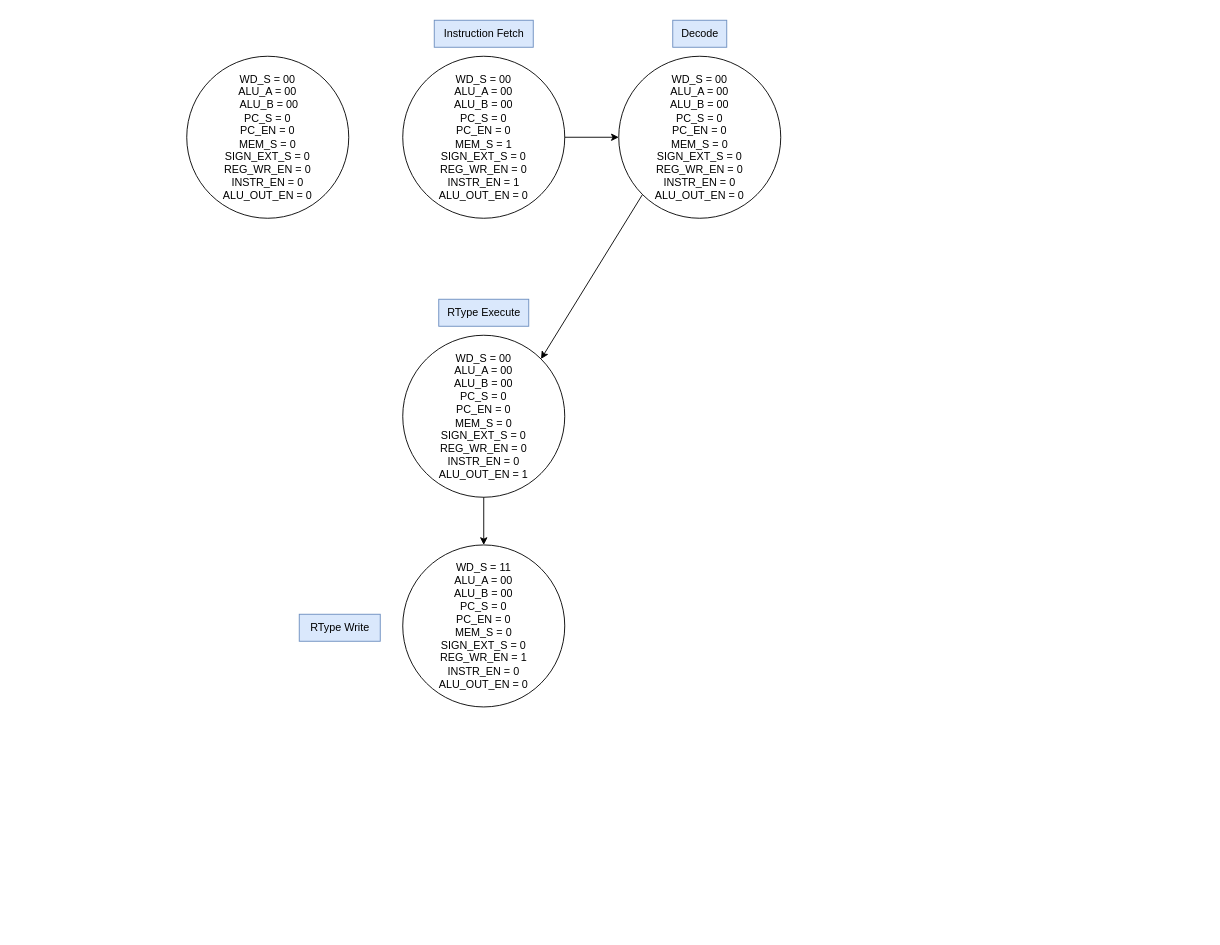
Above: FSM.drawio in JaredMiller9922/3710-Group-Project (draw.io), before the change. Source tidied: cells renumbered, new cells numbered last; positions are measured from the earlier drawing's top-left corner, leaving out a move shared by most shapes. Both pictures are drawn from the tidied source at 90%, with x=0, y=0 at pixel (186, 20).
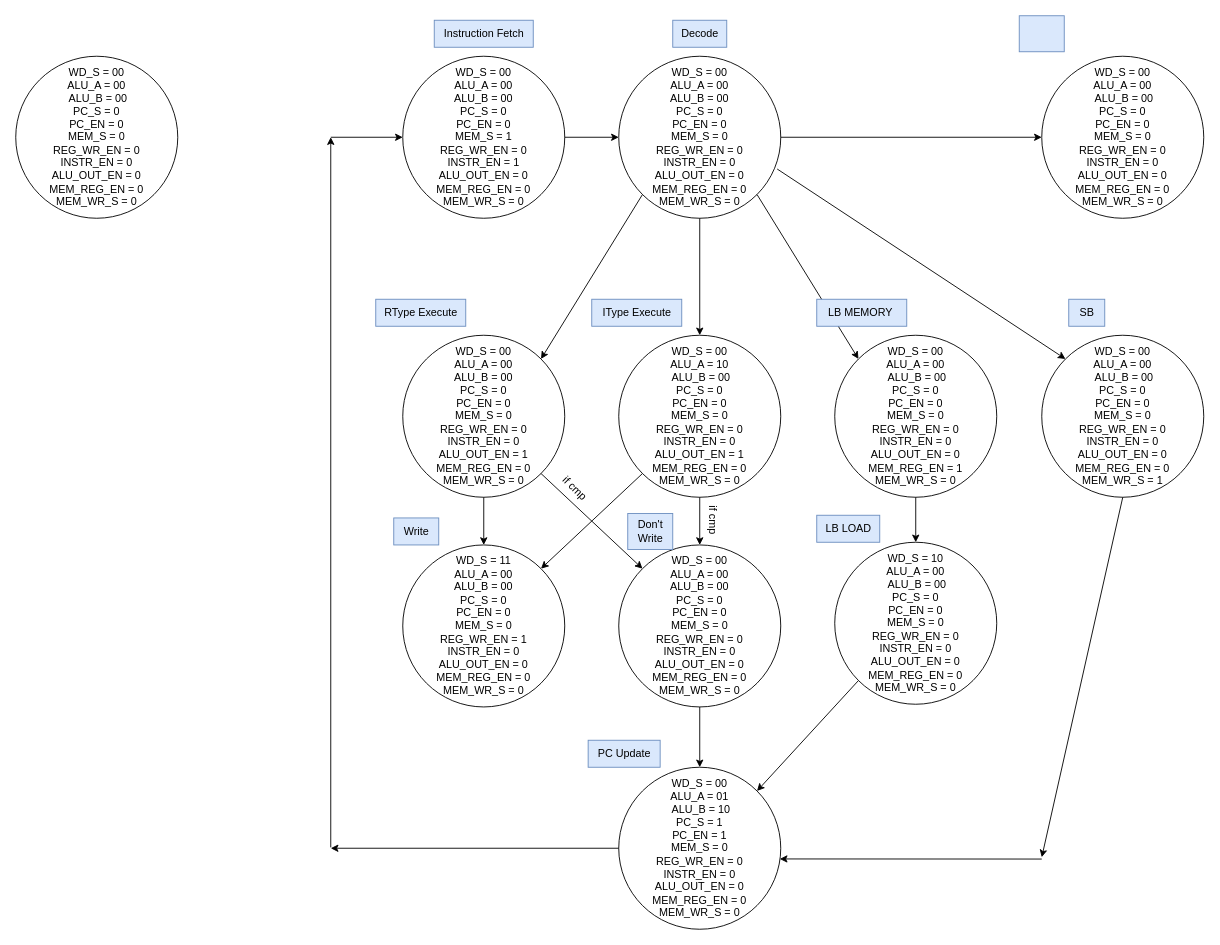
Above is the later version.

Change to the diagram source:
```diff
@@
-    <mxCell id="2" value="&lt;div&gt;&lt;div&gt;WD_S = 00&lt;/div&gt;&lt;div&gt;ALU_A = 00&lt;/div&gt;&lt;div&gt;ALU_B = 00&lt;/div&gt;&lt;div&gt;PC_S = 0&lt;/div&gt;&lt;div&gt;PC_EN = 0&lt;/div&gt;&lt;div&gt;MEM_S = 1&lt;/div&gt;&lt;div&gt;SIGN_EXT_S = 0&lt;/div&gt;&lt;div&gt;REG_WR_EN = 0&lt;/div&gt;&lt;/div&gt;&lt;div&gt;INSTR_EN = 1&lt;/div&gt;&lt;div&gt;&lt;span style=&quot;background-color: initial;&quot;&gt;ALU_OUT_EN = 0&lt;/span&gt;&lt;/div&gt;" style="ellipse;whiteSpace=wrap;html=1;" parent="1" vertex="1">
+    <mxCell id="2" value="&lt;div&gt;&lt;div&gt;WD_S = 00&lt;/div&gt;&lt;div&gt;ALU_A = 00&lt;/div&gt;&lt;div&gt;ALU_B = 00&lt;/div&gt;&lt;div&gt;PC_S = 0&lt;/div&gt;&lt;div&gt;PC_EN = 0&lt;/div&gt;&lt;div&gt;MEM_S = 1&lt;/div&gt;&lt;div&gt;&lt;span style=&quot;background-color: initial;&quot;&gt;REG_WR_EN = 0&lt;/span&gt;&lt;/div&gt;&lt;/div&gt;&lt;div&gt;INSTR_EN = 1&lt;/div&gt;&lt;div&gt;&lt;span style=&quot;background-color: initial;&quot;&gt;ALU_OUT_EN = 0&lt;/span&gt;&lt;/div&gt;&lt;div&gt;&lt;span style=&quot;background-color: initial;&quot;&gt;MEM_REG_EN = 0&lt;/span&gt;&lt;/div&gt;&lt;div&gt;&lt;span style=&quot;background-color: initial;&quot;&gt;MEM_WR_S = 0&lt;/span&gt;&lt;/div&gt;" style="ellipse;whiteSpace=wrap;html=1;" parent="1" vertex="1">
       <mxGeometry x="240" y="40" width="180" height="180" as="geometry" />
     </mxCell>
@@
-    <mxCell id="4" value="&lt;div&gt;&lt;div&gt;WD_S = 00&lt;/div&gt;&lt;div&gt;ALU_A = 00&lt;/div&gt;&lt;div&gt;&amp;nbsp;ALU_B = 00&lt;/div&gt;&lt;div&gt;PC_S = 0&lt;/div&gt;&lt;div&gt;PC_EN = 0&lt;/div&gt;&lt;div&gt;MEM_S = 0&lt;/div&gt;&lt;div&gt;SIGN_EXT_S = 0&lt;/div&gt;&lt;div&gt;REG_WR_EN = 0&lt;/div&gt;&lt;/div&gt;&lt;div&gt;INSTR_EN = 0&lt;/div&gt;&lt;div&gt;ALU_OUT_EN = 0&lt;/div&gt;" style="ellipse;whiteSpace=wrap;html=1;" parent="1" vertex="1">
-      <mxGeometry y="40" width="180" height="180" as="geometry" />
+    <mxCell id="4" value="&lt;div&gt;&lt;div&gt;WD_S = 00&lt;/div&gt;&lt;div&gt;ALU_A = 00&lt;/div&gt;&lt;div&gt;&amp;nbsp;ALU_B = 00&lt;/div&gt;&lt;div&gt;PC_S = 0&lt;/div&gt;&lt;div&gt;PC_EN = 0&lt;/div&gt;&lt;div&gt;MEM_S = 0&lt;/div&gt;&lt;div&gt;&lt;span style=&quot;background-color: initial;&quot;&gt;REG_WR_EN = 0&lt;/span&gt;&lt;/div&gt;&lt;/div&gt;&lt;div&gt;INSTR_EN = 0&lt;/div&gt;&lt;div&gt;ALU_OUT_EN = 0&lt;br&gt;&lt;div&gt;&lt;span style=&quot;background-color: initial;&quot;&gt;MEM_REG_EN = 0&lt;/span&gt;&lt;/div&gt;&lt;div&gt;&lt;span style=&quot;background-color: initial;&quot;&gt;MEM_WR_S = 0&lt;/span&gt;&lt;/div&gt;&lt;/div&gt;" style="ellipse;whiteSpace=wrap;html=1;" parent="1" vertex="1">
+      <mxGeometry x="-190" y="40" width="180" height="180" as="geometry" />
     </mxCell>
-    <mxCell id="5" value="&lt;div&gt;&lt;div&gt;WD_S = 00&lt;/div&gt;&lt;div&gt;ALU_A = 00&lt;/div&gt;&lt;div&gt;ALU_B = 00&lt;/div&gt;&lt;div&gt;PC_S = 0&lt;/div&gt;&lt;div&gt;PC_EN = 0&lt;/div&gt;&lt;div&gt;MEM_S = 0&lt;/div&gt;&lt;div&gt;SIGN_EXT_S = 0&lt;/div&gt;&lt;div&gt;REG_WR_EN = 0&lt;/div&gt;&lt;/div&gt;&lt;div&gt;INSTR_EN = 0&lt;/div&gt;&lt;div&gt;&lt;span style=&quot;background-color: initial;&quot;&gt;ALU_OUT_EN = 0&lt;/span&gt;&lt;/div&gt;" style="ellipse;whiteSpace=wrap;html=1;" parent="1" vertex="1">
+    <mxCell id="5" value="&lt;div&gt;&lt;div&gt;WD_S = 00&lt;/div&gt;&lt;div&gt;ALU_A = 00&lt;/div&gt;&lt;div&gt;ALU_B = 00&lt;/div&gt;&lt;div&gt;PC_S = 0&lt;/div&gt;&lt;div&gt;PC_EN = 0&lt;/div&gt;&lt;div&gt;MEM_S = 0&lt;/div&gt;&lt;div&gt;&lt;span style=&quot;background-color: initial;&quot;&gt;REG_WR_EN = 0&lt;/span&gt;&lt;/div&gt;&lt;/div&gt;&lt;div&gt;INSTR_EN = 0&lt;/div&gt;&lt;div&gt;&lt;span style=&quot;background-color: initial;&quot;&gt;ALU_OUT_EN = 0&lt;br&gt;&lt;/span&gt;&lt;div&gt;&lt;span style=&quot;background-color: initial;&quot;&gt;MEM_REG_EN = 0&lt;/span&gt;&lt;/div&gt;&lt;div&gt;&lt;span style=&quot;background-color: initial;&quot;&gt;MEM_WR_S = 0&lt;/span&gt;&lt;/div&gt;&lt;/div&gt;" style="ellipse;whiteSpace=wrap;html=1;" parent="1" vertex="1">
       <mxGeometry x="480" y="40" width="180" height="180" as="geometry" />
     </mxCell>
@@
     <mxCell id="7" value="RType Execute" style="text;html=1;align=center;verticalAlign=middle;strokeColor=#6c8ebf;fillColor=#dae8fc;" parent="1" vertex="1">
-      <mxGeometry x="280" y="310" width="100" height="30" as="geometry" />
+      <mxGeometry x="210" y="310" width="100" height="30" as="geometry" />
     </mxCell>
-    <mxCell id="8" value="&lt;div&gt;&lt;div&gt;WD_S = 00&lt;/div&gt;&lt;div&gt;ALU_A = 00&lt;/div&gt;&lt;div&gt;ALU_B = 00&lt;/div&gt;&lt;div&gt;PC_S = 0&lt;/div&gt;&lt;div&gt;PC_EN = 0&lt;/div&gt;&lt;div&gt;MEM_S = 0&lt;/div&gt;&lt;div&gt;SIGN_EXT_S = 0&lt;/div&gt;&lt;div&gt;REG_WR_EN = 0&lt;/div&gt;&lt;/div&gt;&lt;div&gt;INSTR_EN = 0&lt;/div&gt;&lt;div&gt;ALU_OUT_EN = 1&lt;/div&gt;" style="ellipse;whiteSpace=wrap;html=1;" parent="1" vertex="1">
+    <mxCell id="8" value="&lt;div&gt;&lt;div&gt;WD_S = 00&lt;/div&gt;&lt;div&gt;ALU_A = 00&lt;/div&gt;&lt;div&gt;ALU_B = 00&lt;/div&gt;&lt;div&gt;PC_S = 0&lt;/div&gt;&lt;div&gt;PC_EN = 0&lt;/div&gt;&lt;div&gt;MEM_S = 0&lt;/div&gt;&lt;div&gt;&lt;span style=&quot;background-color: initial;&quot;&gt;REG_WR_EN = 0&lt;/span&gt;&lt;/div&gt;&lt;/div&gt;&lt;div&gt;INSTR_EN = 0&lt;/div&gt;&lt;div&gt;ALU_OUT_EN = 1&lt;br&gt;&lt;div&gt;&lt;span style=&quot;background-color: initial;&quot;&gt;MEM_REG_EN = 0&lt;/span&gt;&lt;/div&gt;&lt;div&gt;&lt;span style=&quot;background-color: initial;&quot;&gt;MEM_WR_S = 0&lt;/span&gt;&lt;/div&gt;&lt;/div&gt;" style="ellipse;whiteSpace=wrap;html=1;" parent="1" vertex="1">
       <mxGeometry x="240" y="350" width="180" height="180" as="geometry" />
     </mxCell>
@@
-    <mxCell id="10" value="&lt;div&gt;&lt;div&gt;WD_S = 11&lt;/div&gt;&lt;div&gt;ALU_A = 00&lt;/div&gt;&lt;div&gt;ALU_B = 00&lt;/div&gt;&lt;div&gt;PC_S = 0&lt;/div&gt;&lt;div&gt;PC_EN = 0&lt;/div&gt;&lt;div&gt;MEM_S = 0&lt;/div&gt;&lt;div&gt;SIGN_EXT_S = 0&lt;/div&gt;&lt;div&gt;REG_WR_EN = 1&lt;/div&gt;&lt;/div&gt;&lt;div&gt;INSTR_EN = 0&lt;/div&gt;&lt;div&gt;&lt;/div&gt;ALU_OUT_EN = 0" style="ellipse;whiteSpace=wrap;html=1;" parent="1" vertex="1">
+    <mxCell id="10" value="&lt;div&gt;&lt;div&gt;WD_S = 11&lt;/div&gt;&lt;div&gt;ALU_A = 00&lt;/div&gt;&lt;div&gt;ALU_B = 00&lt;/div&gt;&lt;div&gt;PC_S = 0&lt;/div&gt;&lt;div&gt;PC_EN = 0&lt;/div&gt;&lt;div&gt;MEM_S = 0&lt;/div&gt;&lt;div&gt;&lt;span style=&quot;background-color: initial;&quot;&gt;REG_WR_EN = 1&lt;/span&gt;&lt;/div&gt;&lt;/div&gt;&lt;div&gt;INSTR_EN = 0&lt;/div&gt;&lt;div&gt;&lt;/div&gt;ALU_OUT_EN = 0&lt;div&gt;&lt;div&gt;&lt;span style=&quot;background-color: initial;&quot;&gt;MEM_REG_EN = 0&lt;/span&gt;&lt;/div&gt;&lt;div&gt;&lt;span style=&quot;background-color: initial;&quot;&gt;MEM_WR_S = 0&lt;/span&gt;&lt;/div&gt;&lt;/div&gt;" style="ellipse;whiteSpace=wrap;html=1;" parent="1" vertex="1">
       <mxGeometry x="240" y="583" width="180" height="180" as="geometry" />
     </mxCell>
-    <mxCell id="11" value="RType Write" style="text;html=1;align=center;verticalAlign=middle;strokeColor=#6c8ebf;fillColor=#dae8fc;" parent="1" vertex="1">
-      <mxGeometry x="125" y="660" width="90" height="30" as="geometry" />
+    <mxCell id="11" value="Write" style="text;html=1;align=center;verticalAlign=middle;strokeColor=#6c8ebf;fillColor=#dae8fc;" parent="1" vertex="1">
+      <mxGeometry x="230" y="553" width="50" height="30" as="geometry" />
     </mxCell>
@@
+    <mxCell id="14" value="&lt;div&gt;&lt;div&gt;WD_S = 00&lt;/div&gt;&lt;div&gt;ALU_A = 10&lt;/div&gt;&lt;div&gt;&amp;nbsp;ALU_B = 00&lt;/div&gt;&lt;div&gt;PC_S = 0&lt;/div&gt;&lt;div&gt;PC_EN = 0&lt;/div&gt;&lt;div&gt;MEM_S = 0&lt;/div&gt;&lt;div&gt;REG_WR_EN = 0&lt;/div&gt;&lt;/div&gt;&lt;div&gt;INSTR_EN = 0&lt;/div&gt;&lt;div&gt;ALU_OUT_EN = 1&lt;br&gt;&lt;div&gt;&lt;span style=&quot;background-color: initial;&quot;&gt;MEM_REG_EN = 0&lt;/span&gt;&lt;/div&gt;&lt;div&gt;&lt;span style=&quot;background-color: initial;&quot;&gt;MEM_WR_S = 0&lt;/span&gt;&lt;/div&gt;&lt;/div&gt;" style="ellipse;whiteSpace=wrap;html=1;" parent="1" vertex="1">
+      <mxGeometry x="480" y="350" width="180" height="180" as="geometry" />
+    </mxCell>
+    <mxCell id="15" value="IType Execute" style="text;html=1;align=center;verticalAlign=middle;strokeColor=#6c8ebf;fillColor=#dae8fc;" parent="1" vertex="1">
+      <mxGeometry x="450" y="310" width="100" height="30" as="geometry" />
+    </mxCell>
+    <mxCell id="16" style="endArrow=classic;html=1;rounded=0;exitX=0.5;exitY=1;exitDx=0;exitDy=0;entryX=0.5;entryY=0;entryDx=0;entryDy=0;" parent="1" edge="1" source="5" target="14">
+      <mxGeometry relative="1" as="geometry" />
+    </mxCell>
+    <mxCell id="17" style="endArrow=classic;html=1;rounded=0;exitX=0;exitY=1;exitDx=0;exitDy=0;entryX=1;entryY=0;entryDx=0;entryDy=0;" parent="1" edge="1" source="14" target="10">
+      <mxGeometry relative="1" as="geometry" />
+    </mxCell>
+    <mxCell id="18" value="&lt;div&gt;&lt;div&gt;WD_S = 00&lt;/div&gt;&lt;div&gt;ALU_A = 00&lt;/div&gt;&lt;div&gt;ALU_B = 00&lt;/div&gt;&lt;div&gt;PC_S = 0&lt;/div&gt;&lt;div&gt;PC_EN = 0&lt;/div&gt;&lt;div&gt;MEM_S = 0&lt;/div&gt;&lt;div&gt;&lt;span style=&quot;background-color: initial;&quot;&gt;REG_WR_EN = 0&lt;/span&gt;&lt;/div&gt;&lt;/div&gt;&lt;div&gt;INSTR_EN = 0&lt;/div&gt;&lt;div&gt;&lt;/div&gt;ALU_OUT_EN = 0&lt;div&gt;&lt;div&gt;&lt;span style=&quot;background-color: initial;&quot;&gt;MEM_REG_EN = 0&lt;/span&gt;&lt;/div&gt;&lt;div&gt;&lt;span style=&quot;background-color: initial;&quot;&gt;MEM_WR_S = 0&lt;/span&gt;&lt;/div&gt;&lt;/div&gt;" style="ellipse;whiteSpace=wrap;html=1;" parent="1" vertex="1">
+      <mxGeometry x="480" y="583" width="180" height="180" as="geometry" />
+    </mxCell>
+    <mxCell id="19" style="endArrow=classic;html=1;rounded=0;exitX=1;exitY=1;exitDx=0;exitDy=0;entryX=0;entryY=0;entryDx=0;entryDy=0;" parent="1" edge="1" source="8" target="18">
+      <mxGeometry relative="1" as="geometry" />
+    </mxCell>
+    <mxCell id="20" style="endArrow=classic;html=1;rounded=0;exitX=0.5;exitY=1;exitDx=0;exitDy=0;entryX=0.5;entryY=0;entryDx=0;entryDy=0;" parent="1" edge="1" source="14" target="18">
+      <mxGeometry relative="1" as="geometry" />
+    </mxCell>
+    <mxCell id="21" value="Don't&lt;br&gt;&lt;div&gt;Write&lt;/div&gt;" style="text;html=1;align=center;verticalAlign=middle;strokeColor=#6c8ebf;fillColor=#dae8fc;" parent="1" vertex="1">
+      <mxGeometry x="490" y="548" width="50" height="40" as="geometry" />
+    </mxCell>
+    <mxCell id="22" value="if cmp" style="text;html=1;align=center;verticalAlign=middle;strokeColor=none;fillColor=none;rotation=90;" parent="1" vertex="1">
+      <mxGeometry x="555" y="540" width="60" height="30" as="geometry" />
+    </mxCell>
+    <mxCell id="23" value="if cmp" style="text;html=1;align=center;verticalAlign=middle;strokeColor=none;fillColor=none;rotation=45;" parent="1" vertex="1">
+      <mxGeometry x="401" y="505" width="60" height="30" as="geometry" />
+    </mxCell>
+    <mxCell id="24" value="&lt;div&gt;&lt;div&gt;WD_S = 00&lt;/div&gt;&lt;div&gt;ALU_A = 01&lt;/div&gt;&lt;div&gt;&amp;nbsp;ALU_B = 10&lt;/div&gt;&lt;div&gt;PC_S = 1&lt;/div&gt;&lt;div&gt;PC_EN = 1&lt;/div&gt;&lt;div&gt;MEM_S = 0&lt;/div&gt;&lt;div&gt;&lt;span style=&quot;background-color: initial;&quot;&gt;REG_WR_EN = 0&lt;/span&gt;&lt;/div&gt;&lt;/div&gt;&lt;div&gt;INSTR_EN = 0&lt;/div&gt;&lt;div&gt;ALU_OUT_EN = 0&lt;/div&gt;&lt;div&gt;&lt;div&gt;&lt;span style=&quot;background-color: initial;&quot;&gt;MEM_REG_EN = 0&lt;/span&gt;&lt;/div&gt;&lt;div&gt;&lt;span style=&quot;background-color: initial;&quot;&gt;MEM_WR_S = 0&lt;/span&gt;&lt;/div&gt;&lt;/div&gt;" style="ellipse;whiteSpace=wrap;html=1;" parent="1" vertex="1">
+      <mxGeometry x="480" y="830" width="180" height="180" as="geometry" />
+    </mxCell>
+    <mxCell id="25" value="PC Update" style="text;html=1;align=center;verticalAlign=middle;strokeColor=#6c8ebf;fillColor=#dae8fc;" parent="1" vertex="1">
+      <mxGeometry x="446" y="800" width="80" height="30" as="geometry" />
+    </mxCell>
+    <mxCell id="26" style="endArrow=classic;html=1;rounded=0;exitX=0.5;exitY=1;exitDx=0;exitDy=0;entryX=0.5;entryY=0;entryDx=0;entryDy=0;" parent="1" edge="1" source="18" target="24">
+      <mxGeometry relative="1" as="geometry" />
+    </mxCell>
+    <mxCell id="27" style="endArrow=classic;html=1;rounded=0;exitX=0;exitY=0.5;exitDx=0;exitDy=0;" parent="1" edge="1" source="24">
+      <mxGeometry relative="1" as="geometry">
+        <mxPoint x="160" y="920" as="targetPoint" />
+      </mxGeometry>
+    </mxCell>
+    <mxCell id="28" style="endArrow=classic;html=1;rounded=0;" parent="1" edge="1">
+      <mxGeometry relative="1" as="geometry">
+        <mxPoint x="160" y="919" as="sourcePoint" />
+        <mxPoint x="160" y="130" as="targetPoint" />
+      </mxGeometry>
+    </mxCell>
+    <mxCell id="29" style="endArrow=classic;html=1;rounded=0;entryX=0;entryY=0.5;entryDx=0;entryDy=0;" parent="1" edge="1" target="2">
+      <mxGeometry relative="1" as="geometry">
+        <mxPoint x="160" y="130" as="sourcePoint" />
+      </mxGeometry>
+    </mxCell>
+    <mxCell id="30" style="endArrow=classic;html=1;rounded=0;exitX=1;exitY=1;exitDx=0;exitDy=0;entryX=0;entryY=0;entryDx=0;entryDy=0;" parent="1" edge="1" source="5" target="31">
+      <mxGeometry relative="1" as="geometry" />
+    </mxCell>
+    <mxCell id="31" value="&lt;div&gt;&lt;div&gt;WD_S = 00&lt;/div&gt;&lt;div&gt;ALU_A = 00&lt;/div&gt;&lt;div&gt;&amp;nbsp;ALU_B = 00&lt;/div&gt;&lt;div&gt;PC_S = 0&lt;/div&gt;&lt;div&gt;PC_EN = 0&lt;/div&gt;&lt;div&gt;MEM_S = 0&lt;/div&gt;&lt;div&gt;&lt;span style=&quot;background-color: initial;&quot;&gt;REG_WR_EN = 0&lt;/span&gt;&lt;/div&gt;&lt;/div&gt;&lt;div&gt;INSTR_EN = 0&lt;/div&gt;&lt;div&gt;ALU_OUT_EN = 0&lt;/div&gt;&lt;div&gt;&lt;div&gt;&lt;span style=&quot;background-color: initial;&quot;&gt;MEM_REG_EN = 1&lt;/span&gt;&lt;/div&gt;&lt;div&gt;&lt;span style=&quot;background-color: initial;&quot;&gt;MEM_WR_S = 0&lt;/span&gt;&lt;/div&gt;&lt;/div&gt;" style="ellipse;whiteSpace=wrap;html=1;" parent="1" vertex="1">
+      <mxGeometry x="720" y="350" width="180" height="180" as="geometry" />
+    </mxCell>
+    <mxCell id="32" value="LB MEMORY&amp;nbsp;" style="text;html=1;align=center;verticalAlign=middle;strokeColor=#6c8ebf;fillColor=#dae8fc;" parent="1" vertex="1">
+      <mxGeometry x="700" y="310" width="100" height="30" as="geometry" />
+    </mxCell>
+    <mxCell id="33" style="endArrow=classic;html=1;rounded=0;exitX=0.978;exitY=0.696;exitDx=0;exitDy=0;entryX=0;entryY=0;entryDx=0;entryDy=0;exitPerimeter=0;" parent="1" edge="1" source="5" target="34">
+      <mxGeometry relative="1" as="geometry" />
+    </mxCell>
+    <mxCell id="34" value="&lt;div&gt;&lt;div&gt;WD_S = 00&lt;/div&gt;&lt;div&gt;ALU_A = 00&lt;/div&gt;&lt;div&gt;&amp;nbsp;ALU_B = 00&lt;/div&gt;&lt;div&gt;PC_S = 0&lt;/div&gt;&lt;div&gt;PC_EN = 0&lt;/div&gt;&lt;div&gt;MEM_S = 0&lt;/div&gt;&lt;div&gt;&lt;span style=&quot;background-color: initial;&quot;&gt;REG_WR_EN = 0&lt;/span&gt;&lt;/div&gt;&lt;/div&gt;&lt;div&gt;INSTR_EN = 0&lt;/div&gt;&lt;div&gt;ALU_OUT_EN = 0&lt;br&gt;&lt;div&gt;&lt;span style=&quot;background-color: initial;&quot;&gt;MEM_REG_EN = 0&lt;/span&gt;&lt;/div&gt;&lt;div&gt;&lt;span style=&quot;background-color: initial;&quot;&gt;MEM_WR_S = 1&lt;/span&gt;&lt;/div&gt;&lt;/div&gt;" style="ellipse;whiteSpace=wrap;html=1;" parent="1" vertex="1">
+      <mxGeometry x="950" y="350" width="180" height="180" as="geometry" />
+    </mxCell>
+    <mxCell id="35" value="SB" style="text;html=1;align=center;verticalAlign=middle;strokeColor=#6c8ebf;fillColor=#dae8fc;" parent="1" vertex="1">
+      <mxGeometry x="980" y="310" width="40" height="30" as="geometry" />
+    </mxCell>
+    <mxCell id="36" value="LB LOAD" style="text;html=1;align=center;verticalAlign=middle;strokeColor=#6c8ebf;fillColor=#dae8fc;" parent="1" vertex="1">
+      <mxGeometry x="700" y="550" width="70" height="30" as="geometry" />
+    </mxCell>
+    <mxCell id="37" value="&lt;div&gt;&lt;div&gt;WD_S = 10&lt;/div&gt;&lt;div&gt;ALU_A = 00&lt;/div&gt;&lt;div&gt;&amp;nbsp;ALU_B = 00&lt;/div&gt;&lt;div&gt;PC_S = 0&lt;/div&gt;&lt;div&gt;PC_EN = 0&lt;/div&gt;&lt;div&gt;MEM_S = 0&lt;/div&gt;&lt;div&gt;&lt;span style=&quot;background-color: initial;&quot;&gt;REG_WR_EN = 0&lt;/span&gt;&lt;/div&gt;&lt;/div&gt;&lt;div&gt;INSTR_EN = 0&lt;/div&gt;&lt;div&gt;ALU_OUT_EN = 0&lt;br&gt;&lt;div&gt;&lt;span style=&quot;background-color: initial;&quot;&gt;MEM_REG_EN = 0&lt;/span&gt;&lt;/div&gt;&lt;div&gt;&lt;span style=&quot;background-color: initial;&quot;&gt;MEM_WR_S = 0&lt;/span&gt;&lt;/div&gt;&lt;/div&gt;" style="ellipse;whiteSpace=wrap;html=1;" parent="1" vertex="1">
+      <mxGeometry x="720" y="580" width="180" height="180" as="geometry" />
+    </mxCell>
+    <mxCell id="38" style="endArrow=classic;html=1;rounded=0;exitX=0.5;exitY=1;exitDx=0;exitDy=0;entryX=0.5;entryY=0;entryDx=0;entryDy=0;" parent="1" edge="1" source="31" target="37">
+      <mxGeometry relative="1" as="geometry" />
+    </mxCell>
+    <mxCell id="39" style="endArrow=classic;html=1;rounded=0;entryX=1;entryY=0;entryDx=0;entryDy=0;exitX=0;exitY=1;exitDx=0;exitDy=0;" parent="1" edge="1" source="37" target="24">
+      <mxGeometry relative="1" as="geometry" />
+    </mxCell>
+    <mxCell id="40" style="endArrow=classic;html=1;rounded=0;exitX=0.5;exitY=1;exitDx=0;exitDy=0;" parent="1" edge="1" source="34">
+      <mxGeometry relative="1" as="geometry">
+        <mxPoint x="950" y="930" as="targetPoint" />
+      </mxGeometry>
+    </mxCell>
+    <mxCell id="41" style="endArrow=classic;html=1;rounded=0;entryX=0.994;entryY=0.566;entryDx=0;entryDy=0;entryPerimeter=0;" parent="1" edge="1" target="24">
+      <mxGeometry relative="1" as="geometry">
+        <mxPoint x="950" y="932" as="sourcePoint" />
+      </mxGeometry>
+    </mxCell>
+    <mxCell id="42" value="&lt;div&gt;&lt;div&gt;WD_S = 00&lt;/div&gt;&lt;div&gt;ALU_A = 00&lt;/div&gt;&lt;div&gt;&amp;nbsp;ALU_B = 00&lt;/div&gt;&lt;div&gt;PC_S = 0&lt;/div&gt;&lt;div&gt;PC_EN = 0&lt;/div&gt;&lt;div&gt;MEM_S = 0&lt;/div&gt;&lt;div&gt;&lt;span style=&quot;background-color: initial;&quot;&gt;REG_WR_EN = 0&lt;/span&gt;&lt;/div&gt;&lt;/div&gt;&lt;div&gt;INSTR_EN = 0&lt;/div&gt;&lt;div&gt;ALU_OUT_EN = 0&lt;br&gt;&lt;div&gt;&lt;span style=&quot;background-color: initial;&quot;&gt;MEM_REG_EN = 0&lt;/span&gt;&lt;/div&gt;&lt;div&gt;&lt;span style=&quot;background-color: initial;&quot;&gt;MEM_WR_S = 0&lt;/span&gt;&lt;/div&gt;&lt;/div&gt;" style="ellipse;whiteSpace=wrap;html=1;" parent="1" vertex="1">
+      <mxGeometry x="950" y="40" width="180" height="180" as="geometry" />
+    </mxCell>
+    <mxCell id="43" style="endArrow=classic;html=1;rounded=0;exitX=1;exitY=0.5;exitDx=0;exitDy=0;entryX=0;entryY=0.5;entryDx=0;entryDy=0;" parent="1" edge="1" source="5" target="42">
+      <mxGeometry relative="1" as="geometry" />
+    </mxCell>
+    <mxCell id="44" style="text;html=1;align=center;verticalAlign=middle;strokeColor=#6c8ebf;fillColor=#dae8fc;" parent="1" vertex="1">
+      <mxGeometry x="925" y="-5" width="50" height="40" as="geometry" />
+    </mxCell>
```
